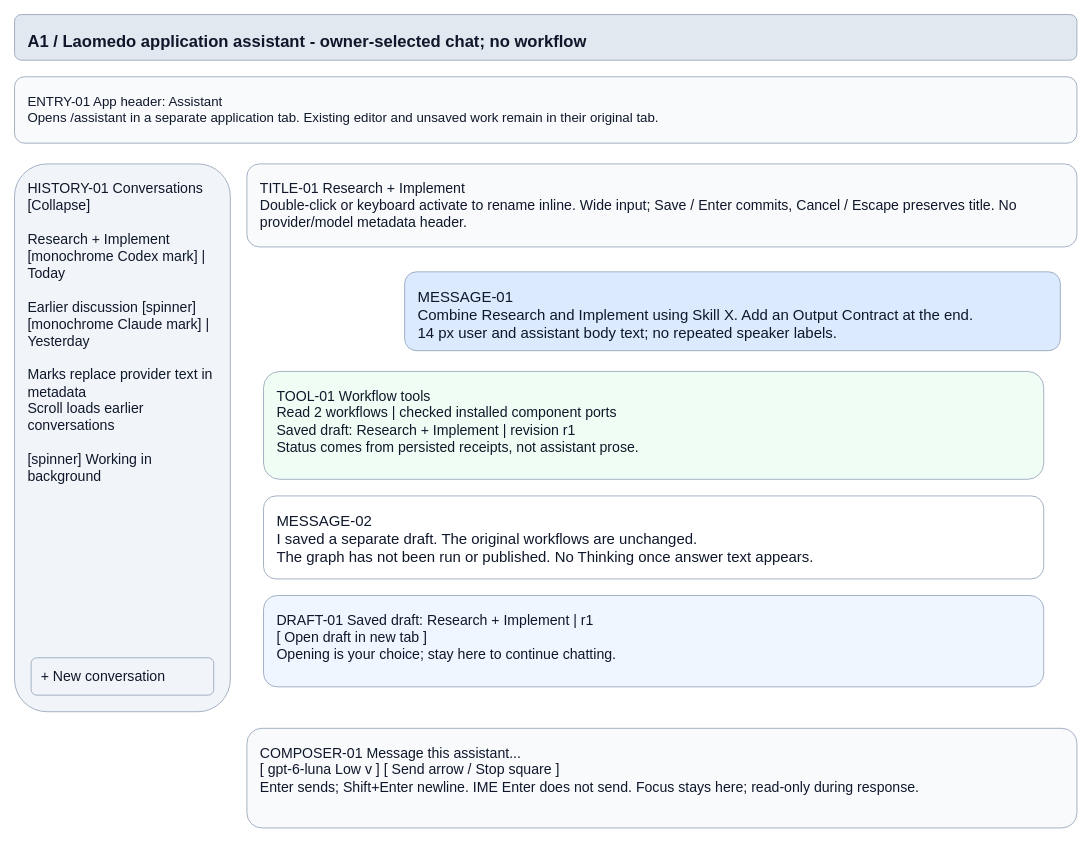
Above: page "A1 - Owner-selected persistent chat" (1 of 8) of projects/laomedo/subsystems/agent-execution/design/application-assistant.drawio in amadou-6e/specs (draw.io), before the change. Source tidied: cells renumbered, new cells numbered last; positions are measured from the earlier drawing's top-left corner, leaving out a move shared by most shapes. Both pictures are drawn from the tidied source at 83%, with x=0, y=0 at pixel (14, 14).
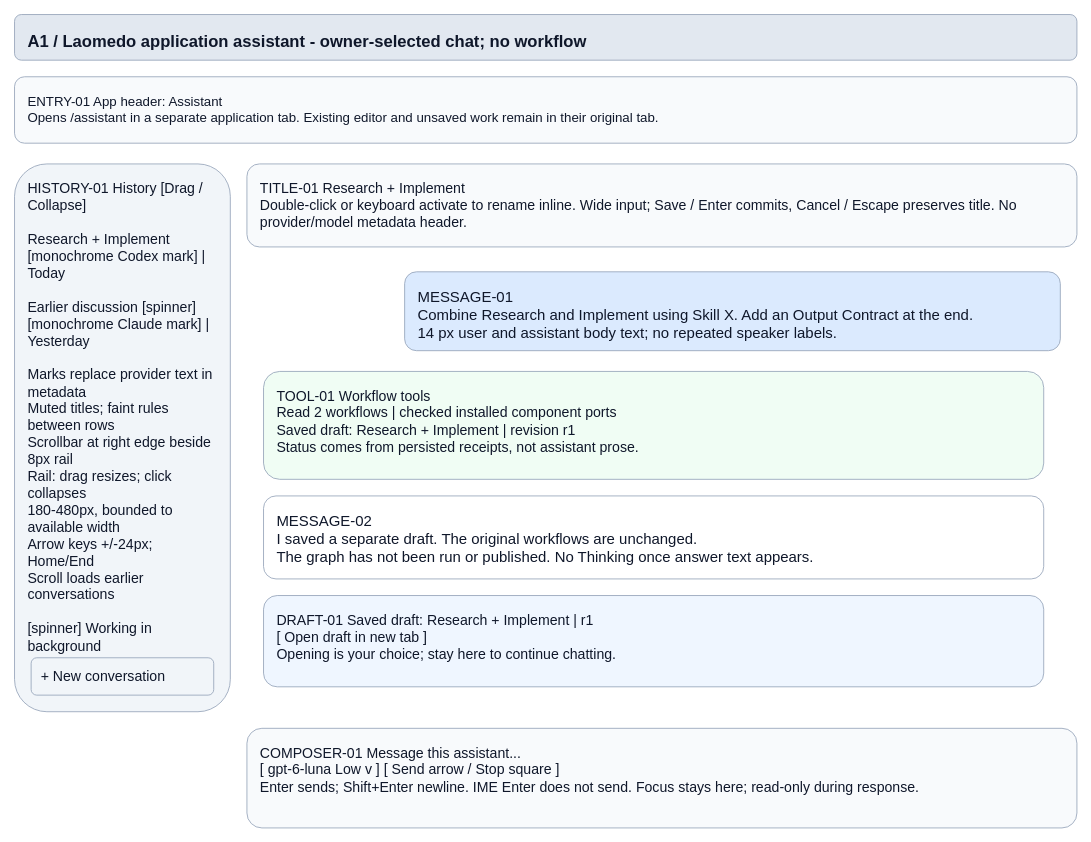
The same diagram, later.

Commit message (it also covers changes not shown here):
docs: clarify assistant history controls and native results

The edit, as a diff of the source:
```diff
@@
 <mxGraphModel>
   <root>
     <mxCell id="0" />
     <mxCell id="1" parent="0" />
     <mxCell id="2" value="A1 / Laomedo application assistant - owner-selected chat; no workflow" style="rounded=1;whiteSpace=wrap;html=0;fillColor=#e2e8f0;strokeColor=#94a3b8;fontColor=#0f172a;fontFamily=Arial;fontSize=20;align=left;verticalAlign=top;spacing=16;fontStyle=1;" parent="1" vertex="1">
       <mxGeometry width="1280" height="55" as="geometry" />
     </mxCell>
     <mxCell id="3" value="ENTRY-01  App header: Assistant&#10;Opens /assistant in a separate application tab. Existing editor and unsaved work remain in their original tab." style="rounded=1;whiteSpace=wrap;html=0;fillColor=#f8fafc;strokeColor=#94a3b8;fontColor=#0f172a;fontFamily=Arial;fontSize=16;align=left;verticalAlign=top;spacing=16;" parent="1" vertex="1">
       <mxGeometry y="75" width="1280" height="80" as="geometry" />
     </mxCell>
-    <mxCell id="4" value="HISTORY-01   Conversations   [Collapse]&#10;&#10;Research + Implement&#10;[monochrome Codex mark] | Today&#10;&#10;Earlier discussion [spinner]&#10;[monochrome Claude mark] | Yesterday&#10;&#10;Marks replace provider text in metadata&#10;Scroll loads earlier conversations&#10;&#10;[spinner] Working in background" style="rounded=1;whiteSpace=wrap;html=0;fillColor=#f1f5f9;strokeColor=#94a3b8;fontColor=#0f172a;fontFamily=Arial;fontSize=17;align=left;verticalAlign=top;spacing=16;" parent="1" vertex="1">
+    <mxCell id="4" value="HISTORY-01   History   [Drag / Collapse]&#10;&#10;Research + Implement&#10;[monochrome Codex mark] | Today&#10;&#10;Earlier discussion [spinner]&#10;[monochrome Claude mark] | Yesterday&#10;&#10;Marks replace provider text in metadata&#10;Muted titles; faint rules between rows&#10;Scrollbar at right edge beside 8px rail&#10;Rail: drag resizes; click collapses&#10;180-480px, bounded to available width&#10;Arrow keys +/-24px; Home/End&#10;Scroll loads earlier conversations&#10;&#10;[spinner] Working in background" style="rounded=1;whiteSpace=wrap;html=0;fillColor=#f1f5f9;strokeColor=#94a3b8;fontColor=#0f172a;fontFamily=Arial;fontSize=17;align=left;verticalAlign=top;spacing=16;" parent="1" vertex="1">
       <mxGeometry y="180" width="260" height="660" as="geometry" />
     </mxCell>
     <mxCell id="5" value="TITLE-01  Research + Implement&#10;Double-click or keyboard activate to rename inline. Wide input; Save / Enter commits, Cancel / Escape preserves title. No provider/model metadata header." style="rounded=1;whiteSpace=wrap;html=0;fillColor=#f8fafc;strokeColor=#94a3b8;fontColor=#0f172a;fontFamily=Arial;fontSize=17;align=left;verticalAlign=top;spacing=16;" parent="1" vertex="1">
       <mxGeometry x="280" y="180" width="1000" height="100" as="geometry" />
     </mxCell>
     <mxCell id="6" value="MESSAGE-01&#10;Combine Research and Implement using Skill X. Add an Output Contract at the end.&#10;14 px user and assistant body text; no repeated speaker labels." style="rounded=1;whiteSpace=wrap;html=0;fillColor=#dbeafe;strokeColor=#94a3b8;fontColor=#0f172a;fontFamily=Arial;fontSize=18;align=left;verticalAlign=top;spacing=16;" parent="1" vertex="1">
       <mxGeometry x="470" y="310" width="790" height="95" as="geometry" />
     </mxCell>
     <mxCell id="7" value="TOOL-01  Workflow tools&#10;Read 2 workflows | checked installed component ports&#10;Saved draft: Research + Implement | revision r1&#10;Status comes from persisted receipts, not assistant prose." style="rounded=1;whiteSpace=wrap;html=0;fillColor=#f0fdf4;strokeColor=#94a3b8;fontColor=#0f172a;fontFamily=Arial;fontSize=17;align=left;verticalAlign=top;spacing=16;" parent="1" vertex="1">
       <mxGeometry x="300" y="430" width="940" height="130" as="geometry" />
     </mxCell>
     <mxCell id="8" value="MESSAGE-02&#10;I saved a separate draft. The original workflows are unchanged.&#10;The graph has not been run or published. No Thinking once answer text appears." style="rounded=1;whiteSpace=wrap;html=0;fillColor=#ffffff;strokeColor=#94a3b8;fontColor=#0f172a;fontFamily=Arial;fontSize=18;align=left;verticalAlign=top;spacing=16;" parent="1" vertex="1">
       <mxGeometry x="300" y="580" width="940" height="100" as="geometry" />
     </mxCell>
     <mxCell id="9" value="DRAFT-01  Saved draft: Research + Implement | r1&#10;[ Open draft in new tab ]&#10;Opening is your choice; stay here to continue chatting." style="rounded=1;whiteSpace=wrap;html=0;fillColor=#eff6ff;strokeColor=#94a3b8;fontColor=#0f172a;fontFamily=Arial;fontSize=17;align=left;verticalAlign=top;spacing=16;" parent="1" vertex="1">
       <mxGeometry x="300" y="700" width="940" height="110" as="geometry" />
     </mxCell>
     <mxCell id="10" value="COMPOSER-01  Message this assistant...&#10;[ gpt-6-luna  Low v ]                                      [ Send arrow / Stop square ]&#10;Enter sends; Shift+Enter newline. IME Enter does not send. Focus stays here; read-only during response." style="rounded=1;whiteSpace=wrap;html=0;fillColor=#f8fafc;strokeColor=#94a3b8;fontColor=#0f172a;fontFamily=Arial;fontSize=17;align=left;verticalAlign=top;spacing=16;" parent="1" vertex="1">
       <mxGeometry x="280" y="860" width="1000" height="120" as="geometry" />
     </mxCell>
     <mxCell id="11" value="+ New conversation" style="rounded=1;whiteSpace=wrap;html=0;fillColor=#f1f5f9;strokeColor=#94a3b8;fontColor=#0f172a;fontFamily=Arial;fontSize=17;align=left;verticalAlign=middle;spacing=12;" parent="1" vertex="1">
       <mxGeometry x="20" y="775" width="220" height="45" as="geometry" />
     </mxCell>
   </root>
 </mxGraphModel>
```
